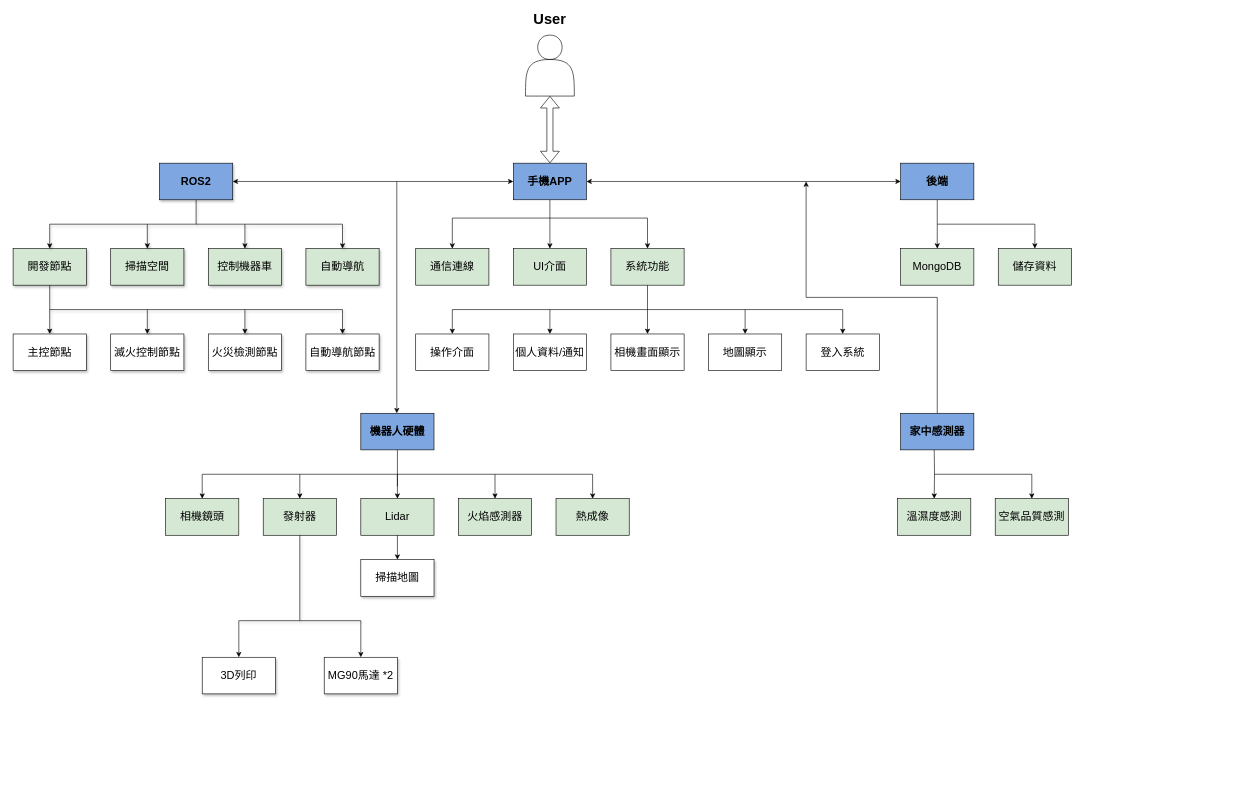
The draw.io diagram 專題架構圖.drawio in lihong0324/csie_project_ws, before the edit. Source tidied: cells renumbered, new cells numbered last; positions are measured from the earlier drawing's top-left corner, leaving out a move shared by most shapes. Both pictures are drawn from the tidied source at 61%, with x=0, y=0 at pixel (13, 10).
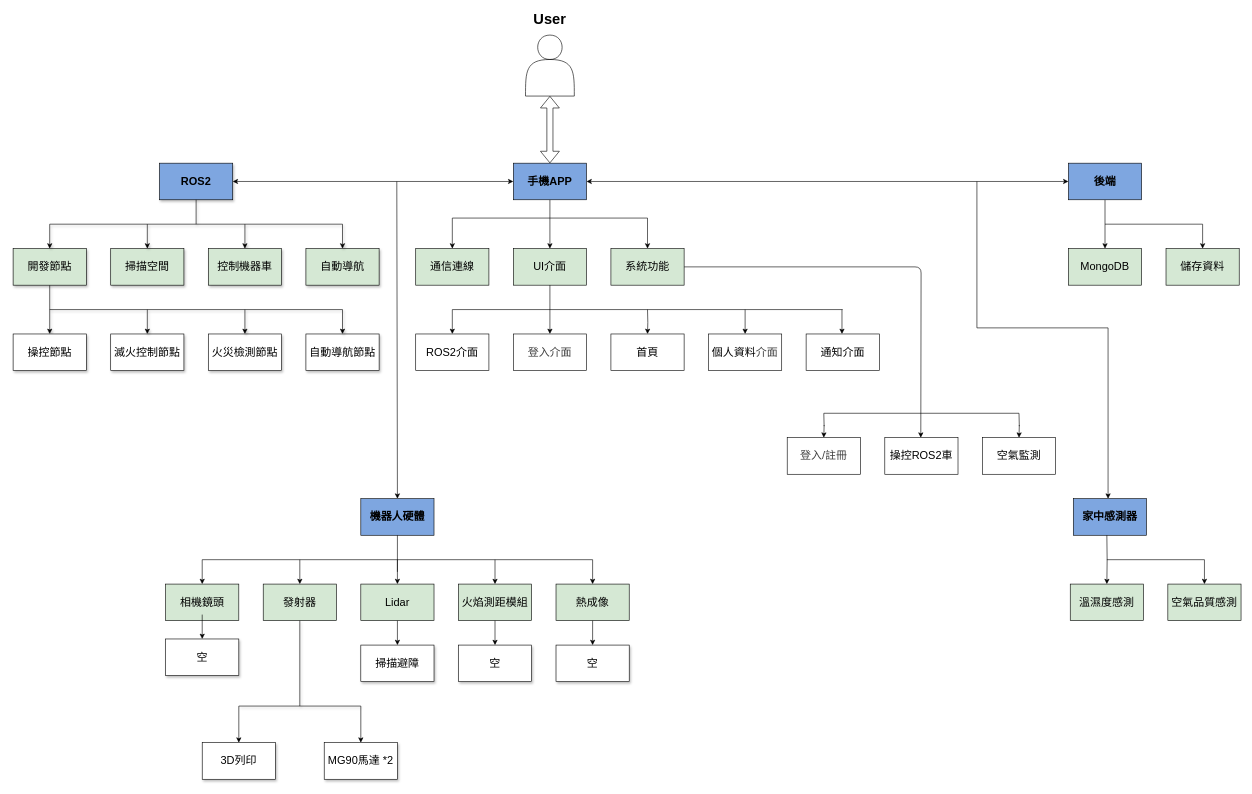
After the change.

The change refers to these unchanged cells:
```xml
<mxCell id="37" value="&lt;font style=&quot;font-size: 18px;&quot;&gt;UI介面&lt;/font&gt;" style="rounded=0;whiteSpace=wrap;html=1;fillColor=light-dark(#D5E8D4,var(--ge-dark-color, #121212));" parent="1" vertex="1">
  <mxGeometry x="820" y="390" width="120" height="60" as="geometry" />
</mxCell>
<mxCell id="39" value="&lt;font style=&quot;font-size: 18px;&quot;&gt;系統功能&lt;/font&gt;" style="rounded=0;whiteSpace=wrap;html=1;fillColor=light-dark(#D5E8D4,var(--ge-dark-color, #121212));" parent="1" vertex="1">
  <mxGeometry x="980" y="390" width="120" height="60" as="geometry" />
</mxCell>
```

Change to the diagram source:
```diff
@@
-    <mxCell id="9" value="&lt;font style=&quot;font-size: 18px;&quot;&gt;主控節點&lt;/font&gt;" style="whiteSpace=wrap;html=1;fillColor=#FFFFFF;rounded=0;shadow=1;" parent="1" vertex="1">
+    <mxCell id="9" value="&lt;font style=&quot;font-size: 18px;&quot;&gt;操控節點&lt;/font&gt;" style="whiteSpace=wrap;html=1;fillColor=#FFFFFF;rounded=0;shadow=1;" parent="1" vertex="1">
       <mxGeometry y="530" width="120" height="60" as="geometry" />
     </mxCell>
@@
     <mxCell id="21" value="&lt;font style=&quot;font-size: 18px;&quot;&gt;&lt;b&gt;機器人硬體&lt;/b&gt;&lt;/font&gt;" style="rounded=0;whiteSpace=wrap;html=1;fillColor=light-dark(#7EA6E0,#000000);" parent="1" vertex="1">
-      <mxGeometry x="570" y="660" width="120" height="60" as="geometry" />
+      <mxGeometry x="570" y="800" width="120" height="60" as="geometry" />
     </mxCell>
     <mxCell id="22" value="&lt;font style=&quot;font-size: 18px;&quot;&gt;Lidar&lt;/font&gt;" style="whiteSpace=wrap;html=1;rounded=0;fillColor=light-dark(#D5E8D4,#000000);" parent="1" vertex="1">
-      <mxGeometry x="570" y="800" width="120" height="60" as="geometry" />
+      <mxGeometry x="570" y="940" width="120" height="60" as="geometry" />
     </mxCell>
     <mxCell id="23" value="&lt;font style=&quot;font-size: 18px;&quot;&gt;發射器&lt;/font&gt;" style="rounded=0;whiteSpace=wrap;html=1;fillColor=light-dark(#D5E8D4,#000000);" parent="1" vertex="1">
-      <mxGeometry x="410" y="800" width="120" height="60" as="geometry" />
+      <mxGeometry x="410" y="940" width="120" height="60" as="geometry" />
     </mxCell>
-    <mxCell id="24" value="&lt;font style=&quot;font-size: 18px;&quot;&gt;火焰感測器&lt;/font&gt;" style="rounded=0;whiteSpace=wrap;html=1;fillColor=light-dark(#D5E8D4,#000000);" parent="1" vertex="1">
-      <mxGeometry x="730" y="800" width="120" height="60" as="geometry" />
+    <mxCell id="24" value="&lt;font style=&quot;font-size: 18px;&quot;&gt;火焰測距模組&lt;/font&gt;" style="rounded=0;whiteSpace=wrap;html=1;fillColor=light-dark(#D5E8D4,#000000);" parent="1" vertex="1">
+      <mxGeometry x="730" y="940" width="120" height="60" as="geometry" />
     </mxCell>
     <mxCell id="25" value="&lt;font style=&quot;font-size: 18px;&quot;&gt;相機鏡頭&lt;/font&gt;" style="rounded=0;whiteSpace=wrap;html=1;fillColor=light-dark(#D5E8D4,#000000);" parent="1" vertex="1">
-      <mxGeometry x="250" y="800" width="120" height="60" as="geometry" />
+      <mxGeometry x="250" y="940" width="120" height="60" as="geometry" />
     </mxCell>
     <mxCell id="26" style="endArrow=none;html=1;rounded=0;" parent="1" edge="1">
       <mxGeometry relative="1" as="geometry">
-        <mxPoint x="950" y="760" as="sourcePoint" />
-        <mxPoint x="310" y="760" as="targetPoint" />
+        <mxPoint x="950" y="900" as="sourcePoint" />
+        <mxPoint x="310" y="900" as="targetPoint" />
       </mxGeometry>
     </mxCell>
     <mxCell id="27" style="endArrow=classic;html=1;rounded=0;entryX=0.5;entryY=0;entryDx=0;entryDy=0;" parent="1" edge="1" target="25">
       <mxGeometry relative="1" as="geometry">
-        <mxPoint x="310" y="760" as="sourcePoint" />
+        <mxPoint x="310" y="900" as="sourcePoint" />
       </mxGeometry>
     </mxCell>
     <mxCell id="28" style="endArrow=classic;html=1;rounded=0;" parent="1" edge="1" target="24">
       <mxGeometry relative="1" as="geometry">
-        <mxPoint x="790" y="760" as="sourcePoint" />
+        <mxPoint x="790" y="900" as="sourcePoint" />
       </mxGeometry>
     </mxCell>
     <mxCell id="29" style="endArrow=classic;html=1;rounded=0;" parent="1" edge="1" target="23">
       <mxGeometry relative="1" as="geometry">
-        <mxPoint x="470" y="760" as="sourcePoint" />
+        <mxPoint x="470" y="900" as="sourcePoint" />
       </mxGeometry>
     </mxCell>
     <mxCell id="30" style="endArrow=classic;html=1;rounded=0;" parent="1" edge="1" target="22">
       <mxGeometry relative="1" as="geometry">
-        <mxPoint x="630" y="760" as="sourcePoint" />
+        <mxPoint x="630" y="900" as="sourcePoint" />
       </mxGeometry>
     </mxCell>
     <mxCell id="31" value="&lt;font style=&quot;font-size: 18px;&quot;&gt;熱成像&lt;/font&gt;" style="rounded=0;whiteSpace=wrap;html=1;fillColor=light-dark(#D5E8D4,#000000);" parent="1" vertex="1">
-      <mxGeometry x="890" y="800" width="120" height="60" as="geometry" />
+      <mxGeometry x="890" y="940" width="120" height="60" as="geometry" />
     </mxCell>
     <mxCell id="32" style="endArrow=none;html=1;rounded=0;" parent="1" edge="1">
       <mxGeometry relative="1" as="geometry">
-        <mxPoint x="630" y="720" as="sourcePoint" />
-        <mxPoint x="630" y="780" as="targetPoint" />
+        <mxPoint x="630" y="860" as="sourcePoint" />
+        <mxPoint x="630" y="920" as="targetPoint" />
       </mxGeometry>
     </mxCell>
     <mxCell id="33" style="endArrow=classic;html=1;rounded=0;" parent="1" edge="1" target="31">
       <mxGeometry relative="1" as="geometry">
-        <mxPoint x="950" y="760" as="sourcePoint" />
+        <mxPoint x="950" y="900" as="sourcePoint" />
       </mxGeometry>
     </mxCell>
@@
-    <mxCell id="38" style="edgeStyle=orthogonalEdgeStyle;rounded=0;jettySize=auto;html=1;" parent="1" edge="1" source="39" target="41">
-      <mxGeometry relative="1" as="geometry" />
+    <mxCell id="38" style="edgeStyle=orthogonalEdgeStyle;rounded=0;jettySize=auto;html=1;" parent="1" edge="1" target="41">
+      <mxGeometry relative="1" as="geometry">
+        <mxPoint x="1040" y="490" as="sourcePoint" />
+      </mxGeometry>
     </mxCell>
+    <mxCell id="79" style="html=1;edgeStyle=orthogonalEdgeStyle;exitX=1;exitY=0.5;exitDx=0;exitDy=0;" parent="1" edge="1" source="39">
+      <mxGeometry relative="1" as="geometry">
+        <mxPoint x="1488" y="700" as="targetPoint" />
+      </mxGeometry>
+    </mxCell>
@@
-    <mxCell id="41" value="&lt;font style=&quot;font-size: 18px;&quot;&gt;相機畫面顯示&lt;/font&gt;" style="rounded=0;whiteSpace=wrap;html=1;fillColor=#FFFFFF;" parent="1" vertex="1">
+    <mxCell id="41" value="&lt;font style=&quot;font-size: 18px;&quot;&gt;首頁&lt;/font&gt;" style="rounded=0;whiteSpace=wrap;html=1;fillColor=#FFFFFF;" parent="1" vertex="1">
       <mxGeometry x="980" y="530" width="120" height="60" as="geometry" />
     </mxCell>
-    <mxCell id="42" value="&lt;font style=&quot;font-size: 18px;&quot;&gt;個人資料/通知&lt;/font&gt;" style="rounded=0;whiteSpace=wrap;html=1;fillColor=#FFFFFF;" parent="1" vertex="1">
+    <mxCell id="42" value="&lt;span style=&quot;color: rgb(63, 63, 63); font-size: 18px;&quot;&gt;登入介面&lt;/span&gt;" style="rounded=0;whiteSpace=wrap;html=1;fillColor=#FFFFFF;" parent="1" vertex="1">
       <mxGeometry x="820" y="530" width="120" height="60" as="geometry" />
     </mxCell>
-    <mxCell id="43" value="&lt;font style=&quot;font-size: 18px;&quot;&gt;操作介面&lt;/font&gt;" style="rounded=0;whiteSpace=wrap;html=1;fillColor=#FFFFFF;" parent="1" vertex="1">
+    <mxCell id="43" value="&lt;font style=&quot;font-size: 18px;&quot;&gt;ROS2介面&lt;/font&gt;" style="rounded=0;whiteSpace=wrap;html=1;fillColor=#FFFFFF;" parent="1" vertex="1">
       <mxGeometry x="660" y="530" width="120" height="60" as="geometry" />
     </mxCell>
@@
-    <mxCell id="46" style="endArrow=classic;html=1;rounded=0;" parent="1" edge="1" target="42">
-      <mxGeometry relative="1" as="geometry">
-        <mxPoint x="880" y="490" as="sourcePoint" />
-      </mxGeometry>
+    <mxCell id="46" style="endArrow=classic;html=1;rounded=0;exitX=0.5;exitY=1;exitDx=0;exitDy=0;" parent="1" edge="1" source="37" target="42">
+      <mxGeometry relative="1" as="geometry" />
     </mxCell>
@@
     <mxCell id="51" value="&lt;font style=&quot;font-size: 18px;&quot;&gt;&lt;b&gt;後端&lt;/b&gt;&lt;/font&gt;" style="rounded=0;whiteSpace=wrap;html=1;fillColor=light-dark(#7EA6E0,var(--ge-dark-color, #121212));" parent="1" vertex="1">
-      <mxGeometry x="1455" y="250" width="120" height="60" as="geometry" />
+      <mxGeometry x="1730" y="250" width="120" height="60" as="geometry" />
     </mxCell>
     <mxCell id="52" value="&lt;font style=&quot;font-size: 18px;&quot;&gt;MongoDB&lt;/font&gt;" style="rounded=0;whiteSpace=wrap;html=1;fillColor=light-dark(#D5E8D4,var(--ge-dark-color, #121212));" parent="1" vertex="1">
-      <mxGeometry x="1455" y="390" width="120" height="60" as="geometry" />
+      <mxGeometry x="1730" y="390" width="120" height="60" as="geometry" />
     </mxCell>
-    <mxCell id="53" value="&lt;font style=&quot;font-size: 18px;&quot;&gt;地圖顯示&lt;/font&gt;" style="rounded=0;whiteSpace=wrap;html=1;fillColor=#FFFFFF;" parent="1" vertex="1">
+    <mxCell id="53" value="&lt;font style=&quot;font-size: 18px;&quot;&gt;個人資料&lt;/font&gt;&lt;span style=&quot;color: rgb(63, 63, 63); font-size: 18px;&quot;&gt;介面&lt;/span&gt;" style="rounded=0;whiteSpace=wrap;html=1;fillColor=#FFFFFF;" parent="1" vertex="1">
       <mxGeometry x="1140" y="530" width="120" height="60" as="geometry" />
     </mxCell>
@@
-    <mxCell id="55" value="&lt;font style=&quot;font-size: 18px;&quot;&gt;登入系統&lt;/font&gt;" style="rounded=0;whiteSpace=wrap;html=1;fillColor=#FFFFFF;" parent="1" vertex="1">
-      <mxGeometry x="1300" y="530" width="120" height="60" as="geometry" />
+    <mxCell id="55" value="&lt;span style=&quot;color: rgb(63, 63, 63); font-size: 18px;&quot;&gt;登入/註冊&lt;/span&gt;" style="rounded=0;whiteSpace=wrap;html=1;fillColor=#FFFFFF;" parent="1" vertex="1">
+      <mxGeometry x="1269" y="700" width="120" height="60" as="geometry" />
     </mxCell>
-    <mxCell id="56" style="endArrow=classic;html=1;rounded=0;" parent="1" edge="1" target="55">
-      <mxGeometry relative="1" as="geometry">
-        <mxPoint x="1360" y="490" as="sourcePoint" />
-      </mxGeometry>
-    </mxCell>
@@
     <mxCell id="59" value="&lt;font style=&quot;font-size: 18px;&quot;&gt;儲存資料&lt;/font&gt;" style="rounded=0;whiteSpace=wrap;html=1;fillColor=light-dark(#D5E8D4,var(--ge-dark-color, #121212));" parent="1" vertex="1">
-      <mxGeometry x="1615" y="390" width="120" height="60" as="geometry" />
+      <mxGeometry x="1890" y="390" width="120" height="60" as="geometry" />
     </mxCell>
     <mxCell id="60" style="endArrow=classic;html=1;rounded=0;" parent="1" edge="1" target="59">
       <mxGeometry relative="1" as="geometry">
-        <mxPoint x="1515" y="350" as="sourcePoint" />
+        <mxPoint x="1790" y="350" as="sourcePoint" />
         <Array as="points">
-          <mxPoint x="1675" y="350" />
+          <mxPoint x="1950" y="350" />
         </Array>
       </mxGeometry>
     </mxCell>
@@
-    <mxCell id="64" style="endArrow=classic;html=1;rounded=0;entryX=0.5;entryY=0;entryDx=0;entryDy=0;" parent="1" edge="1">
+    <mxCell id="64" style="endArrow=classic;html=1;rounded=0;entryX=0.5;entryY=0;entryDx=0;entryDy=0;" parent="1" edge="1" target="21">
       <mxGeometry relative="1" as="geometry">
         <mxPoint x="629" y="280" as="sourcePoint" />
-        <mxPoint x="629" y="660" as="targetPoint" />
       </mxGeometry>
     </mxCell>
     <mxCell id="65" value="&lt;font style=&quot;font-size: 18px;&quot;&gt;MG90馬達 *2&lt;/font&gt;" style="whiteSpace=wrap;html=1;fillColor=#FFFFFF;rounded=0;shadow=1;" parent="1" vertex="1">
-      <mxGeometry x="510" y="1060" width="120" height="60" as="geometry" />
+      <mxGeometry x="510" y="1200" width="120" height="60" as="geometry" />
     </mxCell>
     <mxCell id="66" style="endArrow=classic;html=1;rounded=0;exitX=0.5;exitY=1;exitDx=0;exitDy=0;" parent="1" edge="1">
       <mxGeometry relative="1" as="geometry">
-        <mxPoint x="630" y="860" as="sourcePoint" />
-        <mxPoint x="630" y="900" as="targetPoint" />
+        <mxPoint x="630" y="1000" as="sourcePoint" />
+        <mxPoint x="630" y="1040" as="targetPoint" />
       </mxGeometry>
     </mxCell>
-    <mxCell id="67" value="&lt;font style=&quot;font-size: 18px;&quot;&gt;掃描地圖&lt;/font&gt;" style="whiteSpace=wrap;html=1;fillColor=#FFFFFF;rounded=0;shadow=1;" parent="1" vertex="1">
-      <mxGeometry x="570" y="900" width="120" height="60" as="geometry" />
+    <mxCell id="67" value="&lt;font style=&quot;font-size: 18px;&quot;&gt;掃描避障&lt;/font&gt;" style="whiteSpace=wrap;html=1;fillColor=#FFFFFF;rounded=0;shadow=1;" parent="1" vertex="1">
+      <mxGeometry x="570" y="1040" width="120" height="60" as="geometry" />
     </mxCell>
     <mxCell id="68" value="&lt;span style=&quot;font-size: 18px;&quot;&gt;&lt;b&gt;家中感測器&lt;/b&gt;&lt;/span&gt;" style="rounded=0;whiteSpace=wrap;html=1;fillColor=light-dark(#7EA6E0,var(--ge-dark-color, #121212));" parent="1" vertex="1">
-      <mxGeometry x="1455" y="660" width="120" height="60" as="geometry" />
+      <mxGeometry x="1738" y="800" width="120" height="60" as="geometry" />
     </mxCell>
     <mxCell id="69" style="edgeStyle=orthogonalEdgeStyle;rounded=0;jettySize=auto;html=1;" parent="1" edge="1" target="70">
       <mxGeometry relative="1" as="geometry">
-        <mxPoint x="1510" y="720" as="sourcePoint" />
+        <mxPoint x="1793" y="860" as="sourcePoint" />
       </mxGeometry>
     </mxCell>
     <mxCell id="70" value="&lt;font style=&quot;font-size: 18px;&quot;&gt;溫濕度感測&lt;/font&gt;" style="rounded=0;whiteSpace=wrap;html=1;fillColor=light-dark(#D5E8D4,var(--ge-dark-color, #121212));" parent="1" vertex="1">
-      <mxGeometry x="1450" y="800" width="120" height="60" as="geometry" />
+      <mxGeometry x="1733" y="940" width="120" height="60" as="geometry" />
     </mxCell>
     <mxCell id="71" value="&lt;font style=&quot;font-size: 18px;&quot;&gt;空氣品質感測&lt;/font&gt;" style="rounded=0;whiteSpace=wrap;html=1;fillColor=light-dark(#D5E8D4,var(--ge-dark-color, #121212));" parent="1" vertex="1">
-      <mxGeometry x="1610" y="800" width="120" height="60" as="geometry" />
+      <mxGeometry x="1893" y="940" width="120" height="60" as="geometry" />
     </mxCell>
     <mxCell id="72" style="endArrow=classic;html=1;rounded=0;" parent="1" edge="1" target="71">
       <mxGeometry relative="1" as="geometry">
-        <mxPoint x="1510" y="760" as="sourcePoint" />
+        <mxPoint x="1793" y="900" as="sourcePoint" />
         <Array as="points">
-          <mxPoint x="1670" y="760" />
+          <mxPoint x="1953" y="900" />
         </Array>
       </mxGeometry>
     </mxCell>
-    <mxCell id="73" style="endArrow=classic;html=1;rounded=0;exitX=0.5;exitY=0;exitDx=0;exitDy=0;" parent="1" edge="1" source="68">
+    <mxCell id="73" style="endArrow=classic;html=1;rounded=0;exitX=0.5;exitY=0;exitDx=0;exitDy=0;entryX=0.5;entryY=0;entryDx=0;entryDy=0;" parent="1" edge="1">
       <mxGeometry relative="1" as="geometry">
-        <mxPoint x="1300" y="280" as="targetPoint" />
+        <mxPoint x="1580" y="280" as="sourcePoint" />
+        <mxPoint x="1795" y="800" as="targetPoint" />
         <Array as="points">
-          <mxPoint x="1515" y="470" />
-          <mxPoint x="1300" y="470" />
+          <mxPoint x="1580" y="520" />
+          <mxPoint x="1795" y="520" />
         </Array>
       </mxGeometry>
     </mxCell>
     <mxCell id="74" value="&lt;span style=&quot;font-size: 18px;&quot;&gt;3D列印&lt;/span&gt;" style="whiteSpace=wrap;html=1;fillColor=#FFFFFF;rounded=0;shadow=1;" parent="1" vertex="1">
-      <mxGeometry x="310" y="1060" width="120" height="60" as="geometry" />
+      <mxGeometry x="310" y="1200" width="120" height="60" as="geometry" />
     </mxCell>
     <mxCell id="75" style="endArrow=none;html=1;rounded=0;shadow=1;entryX=0.5;entryY=1;entryDx=0;entryDy=0;" parent="1" edge="1" target="23">
       <mxGeometry relative="1" as="geometry">
-        <mxPoint x="470" y="1000" as="sourcePoint" />
+        <mxPoint x="470" y="1140" as="sourcePoint" />
       </mxGeometry>
     </mxCell>
     <mxCell id="76" style="endArrow=none;html=1;rounded=0;shadow=1;" parent="1" edge="1">
       <mxGeometry relative="1" as="geometry">
-        <mxPoint x="370" y="1000" as="sourcePoint" />
-        <mxPoint x="570" y="1000" as="targetPoint" />
+        <mxPoint x="370" y="1140" as="sourcePoint" />
+        <mxPoint x="570" y="1140" as="targetPoint" />
       </mxGeometry>
     </mxCell>
     <mxCell id="77" style="endArrow=classic;html=1;rounded=0;entryX=0.5;entryY=0;entryDx=0;entryDy=0;" parent="1" edge="1" target="74">
       <mxGeometry relative="1" as="geometry">
-        <mxPoint x="370" y="1000" as="sourcePoint" />
+        <mxPoint x="370" y="1140" as="sourcePoint" />
       </mxGeometry>
     </mxCell>
     <mxCell id="78" style="endArrow=classic;html=1;rounded=0;entryX=0.5;entryY=0;entryDx=0;entryDy=0;" parent="1" edge="1" target="65">
       <mxGeometry relative="1" as="geometry">
-        <mxPoint x="570" y="1000" as="sourcePoint" />
+        <mxPoint x="570" y="1140" as="sourcePoint" />
       </mxGeometry>
     </mxCell>
+    <mxCell id="80" value="&lt;span style=&quot;font-size: 18px;&quot;&gt;操控ROS2車&lt;/span&gt;" style="rounded=0;whiteSpace=wrap;html=1;fillColor=#FFFFFF;" parent="1" vertex="1">
+      <mxGeometry x="1429" y="700" width="120" height="60" as="geometry" />
+    </mxCell>
+    <mxCell id="81" style="endArrow=none;html=1;rounded=0;" parent="1" edge="1">
+      <mxGeometry relative="1" as="geometry">
+        <mxPoint x="1329" y="660" as="sourcePoint" />
+        <mxPoint x="1649" y="660" as="targetPoint" />
+      </mxGeometry>
+    </mxCell>
+    <mxCell id="82" style="edgeStyle=orthogonalEdgeStyle;rounded=0;orthogonalLoop=1;jettySize=auto;html=1;" parent="1" edge="1">
+      <mxGeometry relative="1" as="geometry">
+        <mxPoint x="1329" y="660" as="sourcePoint" />
+        <mxPoint x="1329" y="700" as="targetPoint" />
+      </mxGeometry>
+    </mxCell>
+    <mxCell id="83" style="edgeStyle=orthogonalEdgeStyle;rounded=0;orthogonalLoop=1;jettySize=auto;html=1;" parent="1" edge="1">
+      <mxGeometry relative="1" as="geometry">
+        <mxPoint x="1649" y="660" as="sourcePoint" />
+        <mxPoint x="1649" y="700" as="targetPoint" />
+      </mxGeometry>
+    </mxCell>
+    <mxCell id="84" value="&lt;font style=&quot;font-size: 18px;&quot;&gt;空氣監測&lt;/font&gt;" style="rounded=0;whiteSpace=wrap;html=1;fillColor=#FFFFFF;" parent="1" vertex="1">
+      <mxGeometry x="1589" y="700" width="120" height="60" as="geometry" />
+    </mxCell>
+    <mxCell id="85" value="&lt;span style=&quot;font-size: 18px;&quot;&gt;通知介面&lt;/span&gt;" style="rounded=0;whiteSpace=wrap;html=1;fillColor=#FFFFFF;" parent="1" vertex="1">
+      <mxGeometry x="1300" y="530" width="120" height="60" as="geometry" />
+    </mxCell>
+    <mxCell id="86" style="endArrow=classic;html=1;rounded=0;" parent="1" edge="1">
+      <mxGeometry relative="1" as="geometry">
+        <mxPoint x="1358.8" y="490" as="sourcePoint" />
+        <mxPoint x="1358.8" y="530" as="targetPoint" />
+      </mxGeometry>
+    </mxCell>
+    <mxCell id="87" style="endArrow=classic;html=1;rounded=0;exitX=0.5;exitY=1;exitDx=0;exitDy=0;" parent="1" edge="1">
+      <mxGeometry relative="1" as="geometry">
+        <mxPoint x="790" y="1000" as="sourcePoint" />
+        <mxPoint x="790" y="1040" as="targetPoint" />
+      </mxGeometry>
+    </mxCell>
+    <mxCell id="88" value="&lt;font style=&quot;font-size: 18px;&quot;&gt;空&lt;/font&gt;" style="whiteSpace=wrap;html=1;fillColor=#FFFFFF;rounded=0;shadow=1;" parent="1" vertex="1">
+      <mxGeometry x="730" y="1040" width="120" height="60" as="geometry" />
+    </mxCell>
+    <mxCell id="89" style="endArrow=classic;html=1;rounded=0;exitX=0.5;exitY=1;exitDx=0;exitDy=0;" parent="1" edge="1">
+      <mxGeometry relative="1" as="geometry">
+        <mxPoint x="950" y="1000" as="sourcePoint" />
+        <mxPoint x="950" y="1040" as="targetPoint" />
+      </mxGeometry>
+    </mxCell>
+    <mxCell id="90" value="&lt;span style=&quot;font-size: 18px;&quot;&gt;空&lt;/span&gt;" style="whiteSpace=wrap;html=1;fillColor=#FFFFFF;rounded=0;shadow=1;" parent="1" vertex="1">
+      <mxGeometry x="890" y="1040" width="120" height="60" as="geometry" />
+    </mxCell>
+    <mxCell id="91" style="endArrow=classic;html=1;rounded=0;exitX=0.5;exitY=1;exitDx=0;exitDy=0;" parent="1" edge="1">
+      <mxGeometry relative="1" as="geometry">
+        <mxPoint x="310" y="990" as="sourcePoint" />
+        <mxPoint x="310" y="1030" as="targetPoint" />
+      </mxGeometry>
+    </mxCell>
+    <mxCell id="92" value="&lt;font style=&quot;font-size: 18px;&quot;&gt;空&lt;/font&gt;" style="whiteSpace=wrap;html=1;fillColor=#FFFFFF;rounded=0;shadow=1;" parent="1" vertex="1">
+      <mxGeometry x="250" y="1030" width="120" height="60" as="geometry" />
+    </mxCell>
```
